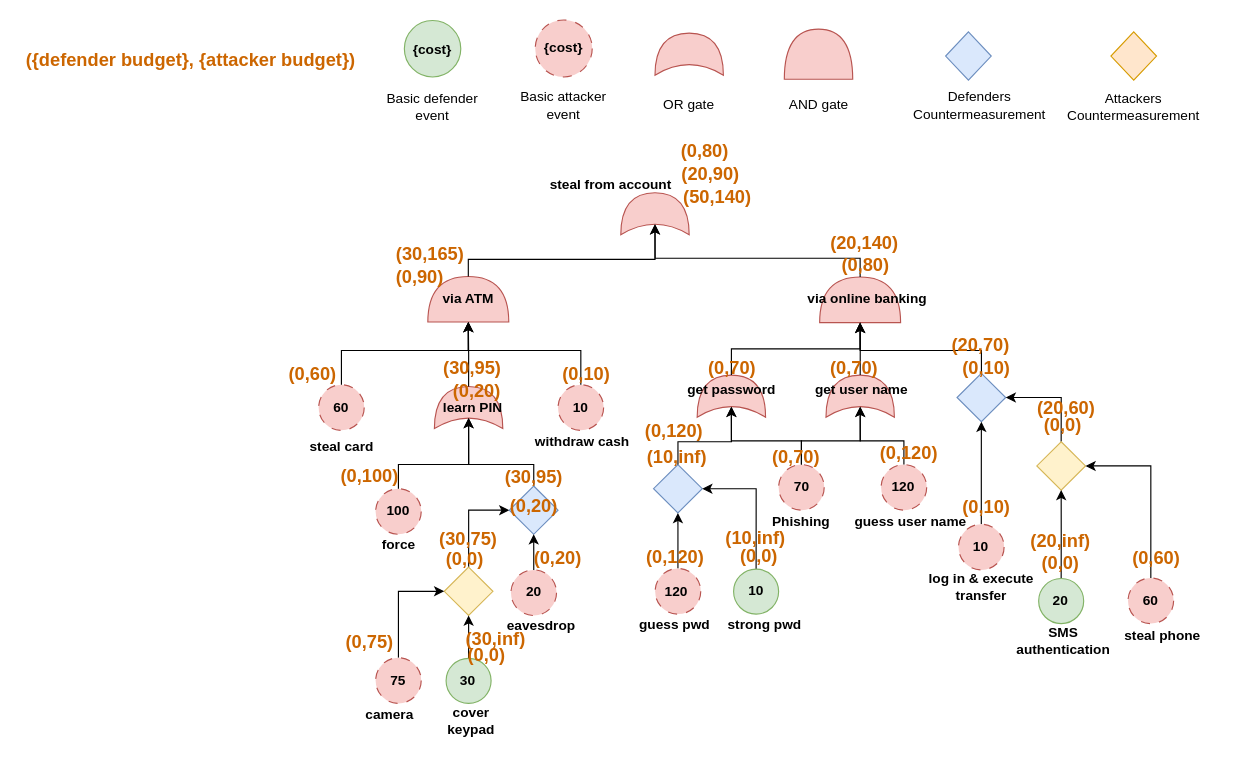
Above: ComplexADT_Kordy.drawio in AplyQ8/SUBD (draw.io), before the change. Source tidied: cells renumbered, new cells numbered last; positions are measured from the earlier drawing's top-left corner, leaving out a move shared by most shapes. Both pictures are drawn from the tidied source at 114%, with x=0, y=0 at pixel (19, 19).
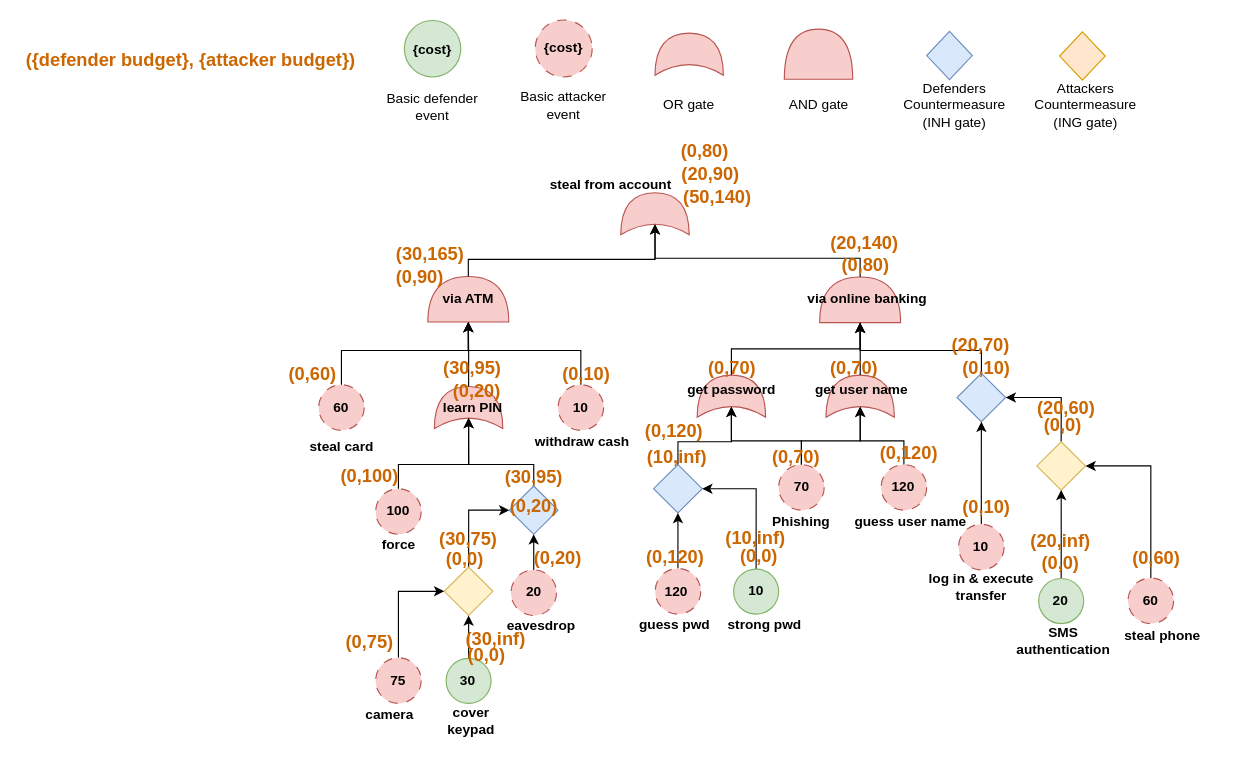
The same diagram, later.

The edit, as a diff of the source:
```diff
@@
     <mxCell id="8" style="rhombus;whiteSpace=wrap;html=1;fillColor=#dae8fc;strokeColor=#6c8ebf;" parent="1" vertex="1">
-      <mxGeometry x="812" y="10.5" width="40" height="42.4" as="geometry" />
+      <mxGeometry x="795.4" y="10" width="40" height="42.4" as="geometry" />
     </mxCell>
@@
-    <mxCell id="11" value="Defenders Countermeasurement" style="text;html=1;align=center;verticalAlign=middle;whiteSpace=wrap;rounded=0;" parent="1" vertex="1">
-      <mxGeometry x="797" y="60" width="90" height="30" as="geometry" />
+    <mxCell id="11" value="Defenders Countermeasure&lt;div&gt;(INH gate)&lt;/div&gt;" style="text;html=1;align=center;verticalAlign=middle;whiteSpace=wrap;rounded=0;" parent="1" vertex="1">
+      <mxGeometry x="774.7" y="60" width="90" height="30" as="geometry" />
     </mxCell>
@@
     <mxCell id="19" style="rhombus;whiteSpace=wrap;html=1;fillColor=#ffe6cc;strokeColor=#d79b00;" parent="1" vertex="1">
-      <mxGeometry x="957" y="10.5" width="40" height="42.4" as="geometry" />
+      <mxGeometry x="912" y="10.5" width="40" height="42.4" as="geometry" />
     </mxCell>
-    <mxCell id="20" value="Attackers Countermeasurement" style="text;html=1;align=center;verticalAlign=middle;whiteSpace=wrap;rounded=0;" parent="1" vertex="1">
-      <mxGeometry x="932" y="60.5" width="90" height="30" as="geometry" />
+    <mxCell id="20" value="Attackers Countermeasure&lt;div&gt;(ING gate)&lt;/div&gt;" style="text;html=1;align=center;verticalAlign=middle;whiteSpace=wrap;rounded=0;" parent="1" vertex="1">
+      <mxGeometry x="890.2" y="60" width="90" height="30" as="geometry" />
     </mxCell>
```
